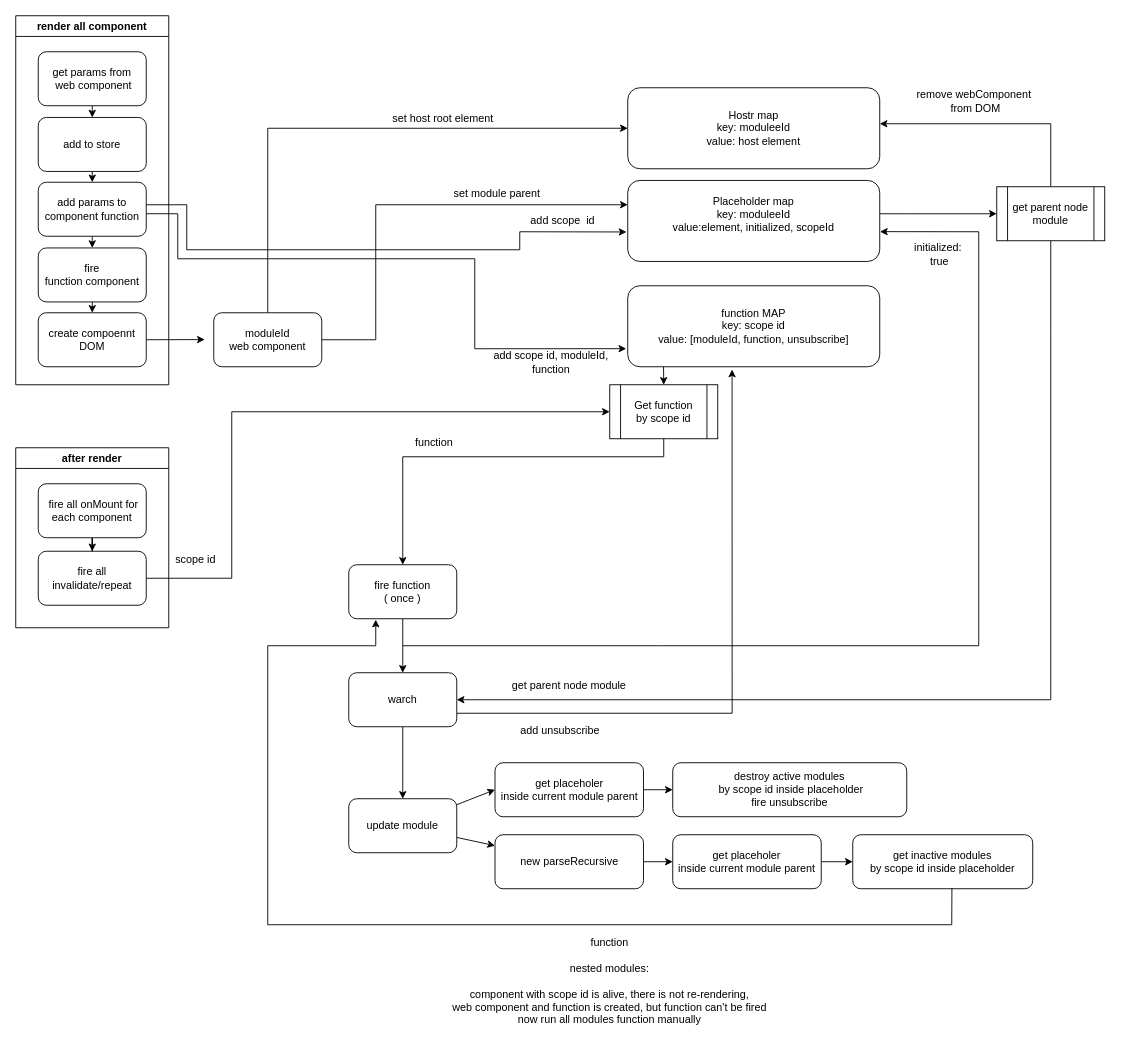
Earlier version of the draw.io diagram src/js/mob/mob-js/doc/repeat-invalidate/invalidate-repeat.drawio (albnavarro/mobbu). Source tidied: cells renumbered, new cells numbered last; positions are measured from the earlier drawing's top-left corner, leaving out a move shared by most shapes. Both pictures are drawn from the tidied source at 90%, with x=0, y=0 at pixel (15, 15).
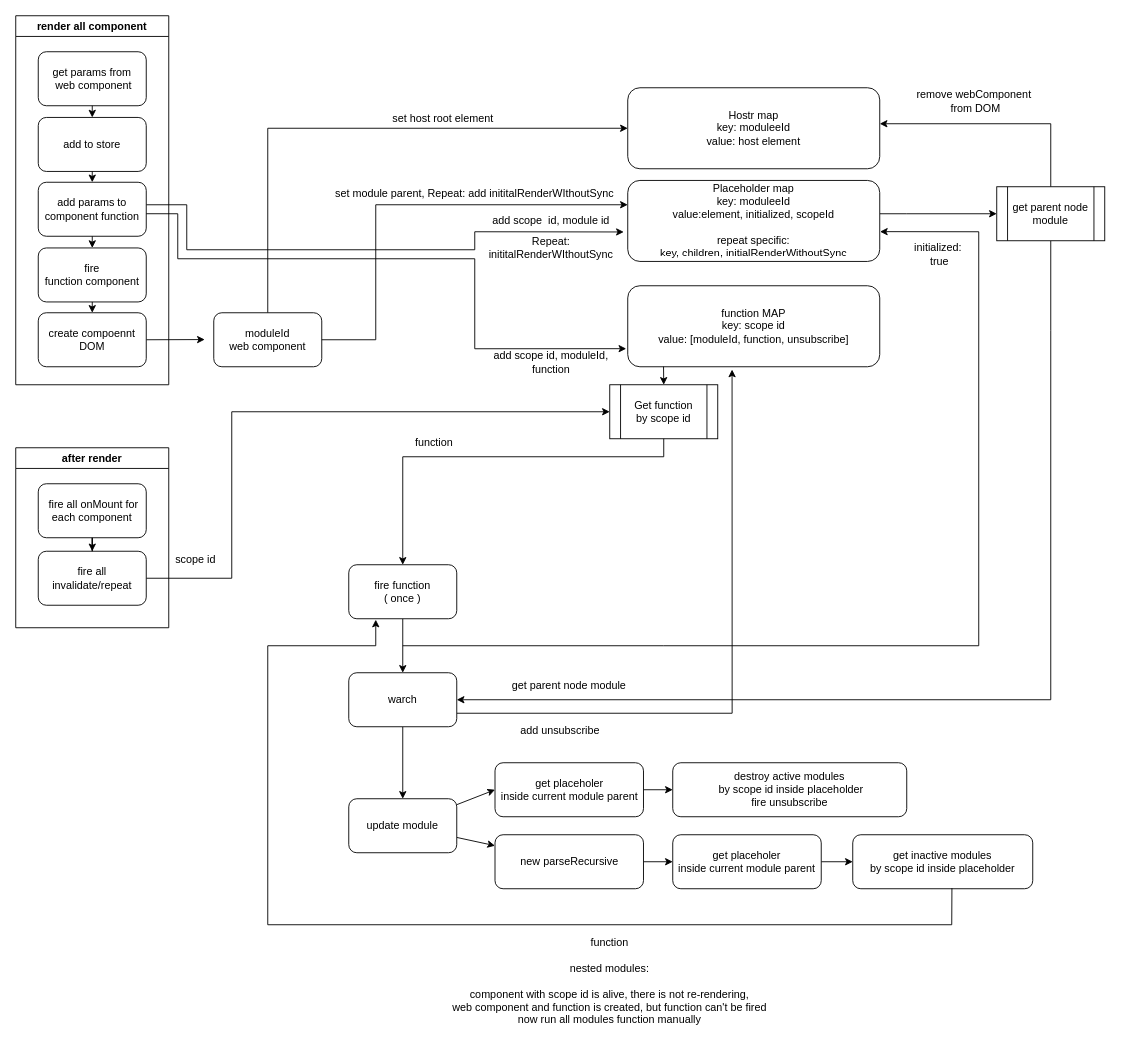
After the change.

Commit message (it also covers changes not shown here):
chore(DOCS): update repeat/invalidate logic schema.

Unchanged cells that the change refers to:
```xml
<mxCell id="46" value="add params to component function" style="rounded=1;whiteSpace=wrap;html=1;" parent="43" vertex="1">
  <mxGeometry x="25" y="185" width="120" height="60" as="geometry" />
</mxCell>
```

What changed in the source:
```diff
@@
-    <mxCell id="5" value="Placeholder map&lt;br&gt;key: moduleeId&lt;br&gt;&lt;div&gt;value:element,&amp;nbsp;&lt;span style=&quot;background-color: initial;&quot;&gt;initialized,&amp;nbsp;&lt;/span&gt;&lt;span style=&quot;background-color: initial;&quot;&gt;scopeId&lt;/span&gt;&lt;/div&gt;&lt;div&gt;&amp;nbsp;&lt;/div&gt;" style="rounded=1;whiteSpace=wrap;html=1;" parent="1" vertex="1">
+    <mxCell id="5" value="Placeholder map&lt;br&gt;key: moduleeId&lt;br&gt;&lt;div&gt;value:element,&amp;nbsp;&lt;span style=&quot;background-color: initial;&quot;&gt;initialized,&amp;nbsp;&lt;/span&gt;&lt;span style=&quot;background-color: initial;&quot;&gt;scopeId&lt;/span&gt;&lt;/div&gt;&lt;div&gt;&amp;nbsp;&lt;br&gt;repeat specific:&lt;br&gt;key, children, initialRenderWithoutSync&lt;/div&gt;" style="rounded=1;whiteSpace=wrap;html=1;" parent="1" vertex="1">
       <mxGeometry x="680" y="183" width="280" height="90" as="geometry" />
     </mxCell>
@@
-    <mxCell id="10" value="set module parent" style="text;html=1;align=center;verticalAlign=middle;whiteSpace=wrap;rounded=0;" parent="1" vertex="1">
-      <mxGeometry x="460" y="183" width="150" height="30" as="geometry" />
+    <mxCell id="10" value="set module parent, Repeat: add initita&lt;span style=&quot;background-color: initial;&quot;&gt;lRenderWIthoutSync&lt;/span&gt;" style="text;html=1;align=center;verticalAlign=middle;whiteSpace=wrap;rounded=0;" parent="1" vertex="1">
+      <mxGeometry x="340" y="183" width="340" height="30" as="geometry" />
     </mxCell>
     <mxCell id="11" style="endArrow=classic;html=1;rounded=0;exitX=1;exitY=0.417;exitDx=0;exitDy=0;exitPerimeter=0;entryX=0.974;entryY=0.908;entryDx=0;entryDy=0;entryPerimeter=0;" parent="1" edge="1" source="46" target="12">
       <mxGeometry relative="1" as="geometry">
         <Array as="points">
           <mxPoint x="190" y="210" />
           <mxPoint x="190" y="260" />
-          <mxPoint x="560" y="260" />
-          <mxPoint x="560" y="240" />
+          <mxPoint x="510" y="260" />
+          <mxPoint x="510" y="240" />
         </Array>
       </mxGeometry>
     </mxCell>
-    <mxCell id="12" value="add scope&amp;nbsp; id" style="text;html=1;align=center;verticalAlign=middle;whiteSpace=wrap;rounded=0;" parent="1" vertex="1">
-      <mxGeometry x="532.5" y="213" width="150" height="30" as="geometry" />
+    <mxCell id="12" value="add scope&amp;nbsp; id, module id" style="text;html=1;align=center;verticalAlign=middle;whiteSpace=wrap;rounded=0;" parent="1" vertex="1">
+      <mxGeometry x="510" y="213" width="170" height="30" as="geometry" />
     </mxCell>
@@
+    <mxCell id="62" value="Repeat:&lt;br&gt;inititalRenderWIthoutSync" style="text;html=1;align=center;verticalAlign=middle;whiteSpace=wrap;rounded=0;" parent="1" vertex="1">
+      <mxGeometry x="510" y="243" width="170" height="30" as="geometry" />
+    </mxCell>
```
